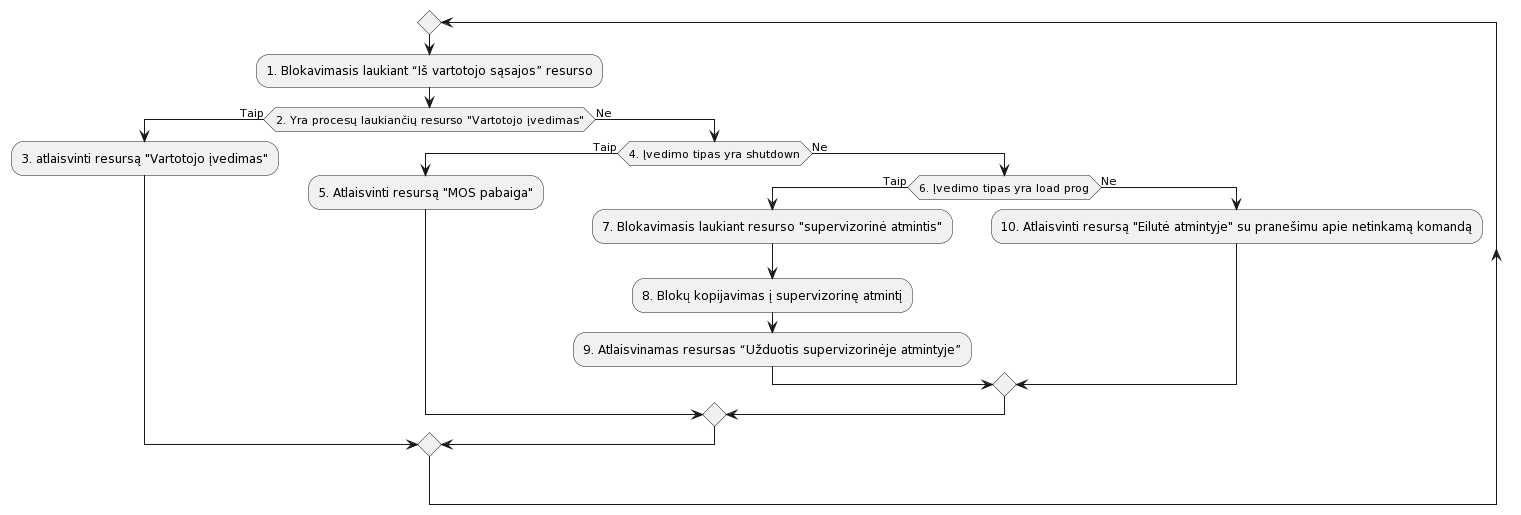
Above: aprasymas2/img/ReadFromInterface.png in Mdominykas/OS (PlantUML), before the change.
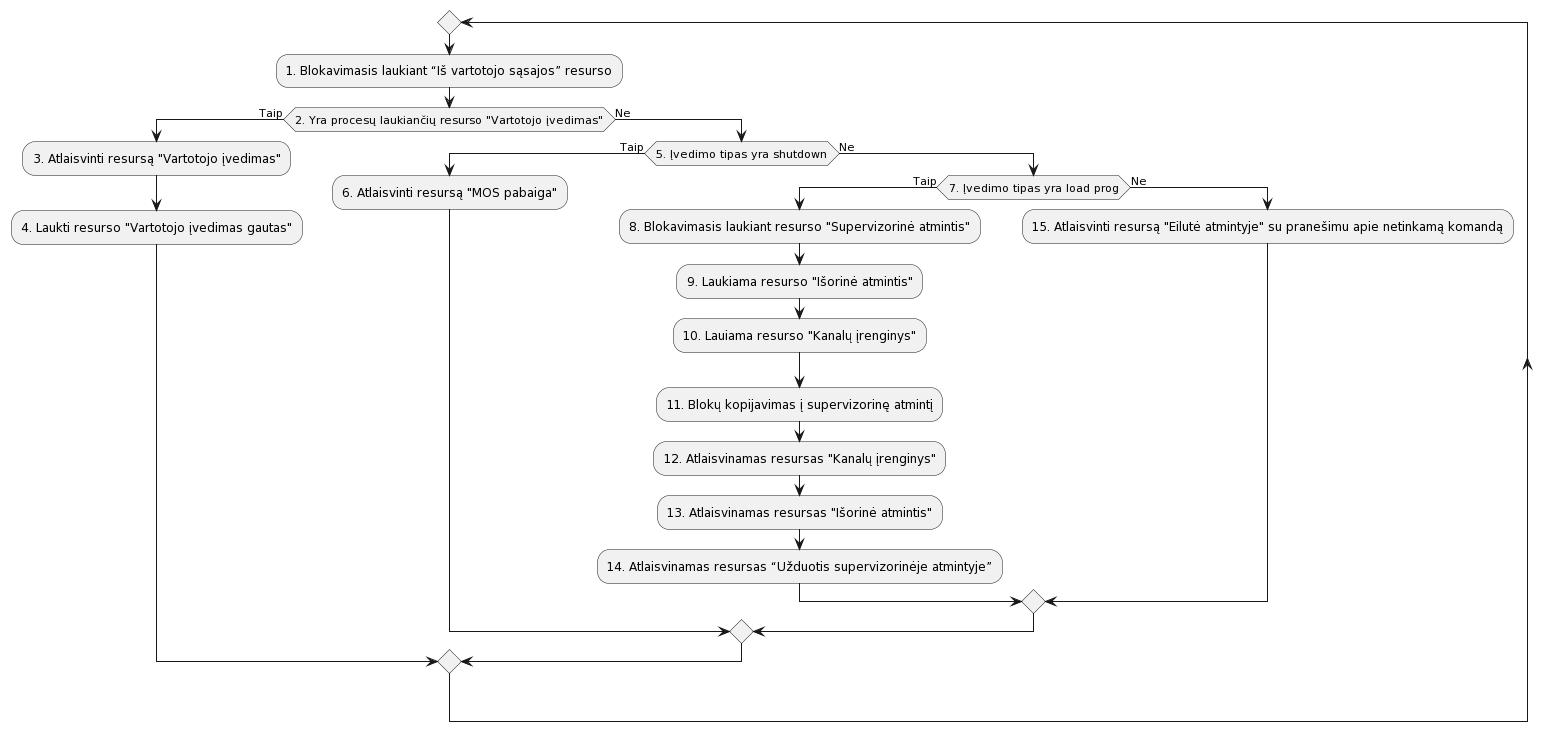
The same diagram one commit later.

The edit, as a diff of the source:
```diff
@@ -2,17 +2,22 @@
 repeat
   :1. Blokavimasis laukiant “Iš vartotojo sąsajos” resurso;
   if (2. Yra procesų laukiančių resurso "Vartotojo įvedimas") is (Taip) then
-    :3. atlaisvinti resursą "Vartotojo įvedimas";
+    :3. Atlaisvinti resursą "Vartotojo įvedimas";
+    :4. Laukti resurso "Vartotojo įvedimas gautas";
   else (Ne)
-    if (4. Įvedimo tipas yra shutdown) is (Taip) then
-      :5. Atlaisvinti resursą "MOS pabaiga";
+    if (5. Įvedimo tipas yra shutdown) is (Taip) then
+      :6. Atlaisvinti resursą "MOS pabaiga";
     else (Ne)
-      if (6. Įvedimo tipas yra load prog) is (Taip) then
-        :7. Blokavimasis laukiant resurso "supervizorinė atmintis";
-        :8. Blokų kopijavimas į supervizorinę atmintį;
-        :9. Atlaisvinamas resursas “Užduotis supervizorinėje atmintyje”;
+      if (7. Įvedimo tipas yra load prog) is (Taip) then
+        :8. Blokavimasis laukiant resurso "Supervizorinė atmintis";
+        :9. Laukiama resurso "Išorinė atmintis";
+        :10. Lauiama resurso "Kanalų įrenginys";
+        :11. Blokų kopijavimas į supervizorinę atmintį;
+        :12. Atlaisvinamas resursas "Kanalų įrenginys";
+        :13. Atlaisvinamas resursas "Išorinė atmintis";
+        :14. Atlaisvinamas resursas “Užduotis supervizorinėje atmintyje”;
       else (Ne)
-        :10. Atlaisvinti resursą "Eilutė atmintyje" su pranešimu apie netinkamą komandą;
+        :15. Atlaisvinti resursą "Eilutė atmintyje" su pranešimu apie netinkamą komandą;
       endif
     endif
   endif
```
